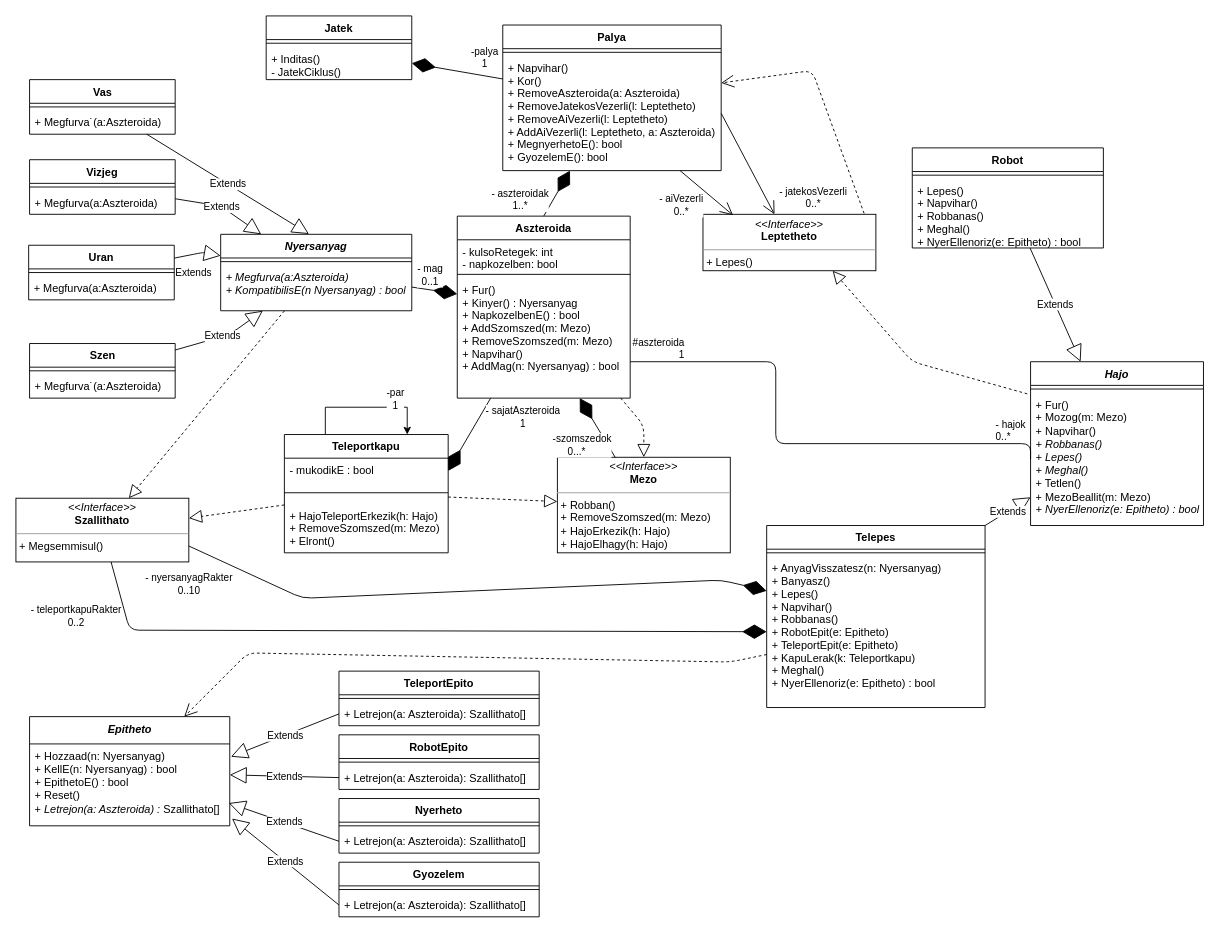
The draw.io diagram doc/uml/class.drawio in torpeBoiGo/aszteroidabanyaszat, before the edit. Source tidied: cells renumbered, new cells numbered last; positions are measured from the earlier drawing's top-left corner, leaving out a move shared by most shapes. Both pictures are drawn from the tidied source at 91%, with x=0, y=0 at pixel (15, 15).
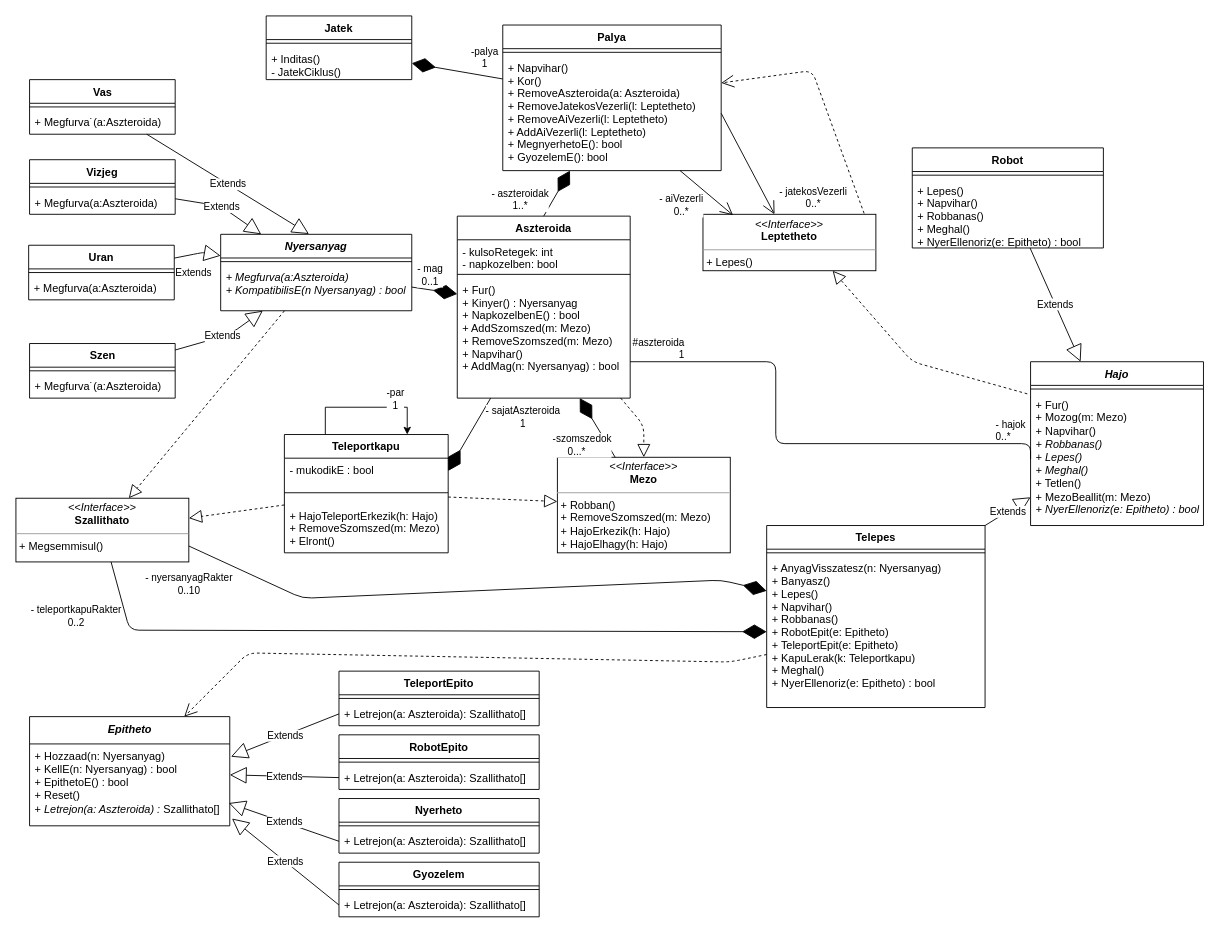
The same diagram, later.

Commit message:
AddAiVezerli(Letpetheto) - nem kell aszteroida

The change refers to these unchanged cells:
```xml
<mxCell id="5" value="Palya" style="swimlane;fontStyle=1;align=center;verticalAlign=top;horizontal=1;startSize=26;" parent="1" vertex="1">
  <mxGeometry x="535" y="10" width="240" height="160" as="geometry" />
</mxCell>
```

Diff of the diagram source:
```diff
@@
-    <mxCell id="7" value="+ Napvihar()&#10;+ Kor()&#10;+ RemoveAszteroida(a: Aszteroida)&#10;+ RemoveJatekosVezerli(l: Leptetheto)&#10;+ RemoveAiVezerli(l: Leptetheto)&#10;+ AddAiVezerli(l: Leptetheto, a: Aszteroida)&#10;+ MegnyerhetoE(): bool&#10;+ GyozelemE(): bool&#10;" style="text;strokeColor=none;fillColor=none;align=left;verticalAlign=top;spacingLeft=4;spacingRight=4;overflow=hidden;points=[[0,0.5],[1,0.5]];portConstraint=eastwest;" parent="5" vertex="1">
+    <mxCell id="7" value="+ Napvihar()&#10;+ Kor()&#10;+ RemoveAszteroida(a: Aszteroida)&#10;+ RemoveJatekosVezerli(l: Leptetheto)&#10;+ RemoveAiVezerli(l: Leptetheto)&#10;+ AddAiVezerli(l: Leptetheto)&#10;+ MegnyerhetoE(): bool&#10;+ GyozelemE(): bool&#10;" style="text;strokeColor=none;fillColor=none;align=left;verticalAlign=top;spacingLeft=4;spacingRight=4;overflow=hidden;points=[[0,0.5],[1,0.5]];portConstraint=eastwest;" parent="5" vertex="1">
       <mxGeometry y="34" width="240" height="126" as="geometry" />
     </mxCell>
```
